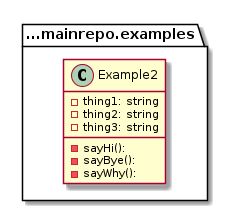
Above: graph.png in tbal999/pumlaction (PlantUML), before the change.
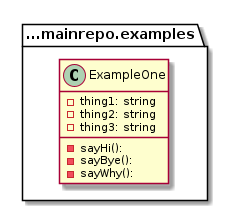
Above is the later version.

What changed in the source:
```diff
@@ -1,6 +1,6 @@
 @startuml
 package ...mainrepo.examples{
-class Example2 {
+class ExampleOne {
 -thing1: string
 -thing2: string
 -thing3: string
```
